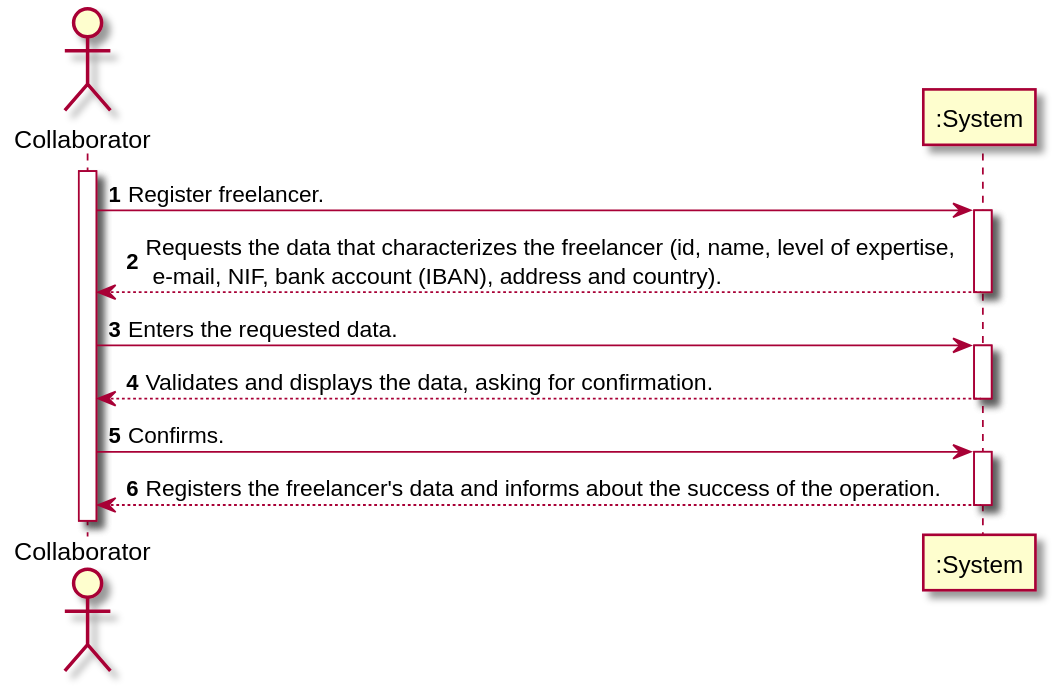
Before: LAPR2-2020-G010-Application/docs/usecases/UC1/UC01_SSD.svg, a diagram exported from PlantUML (LourencoMelo/ISEP-LAPR2).
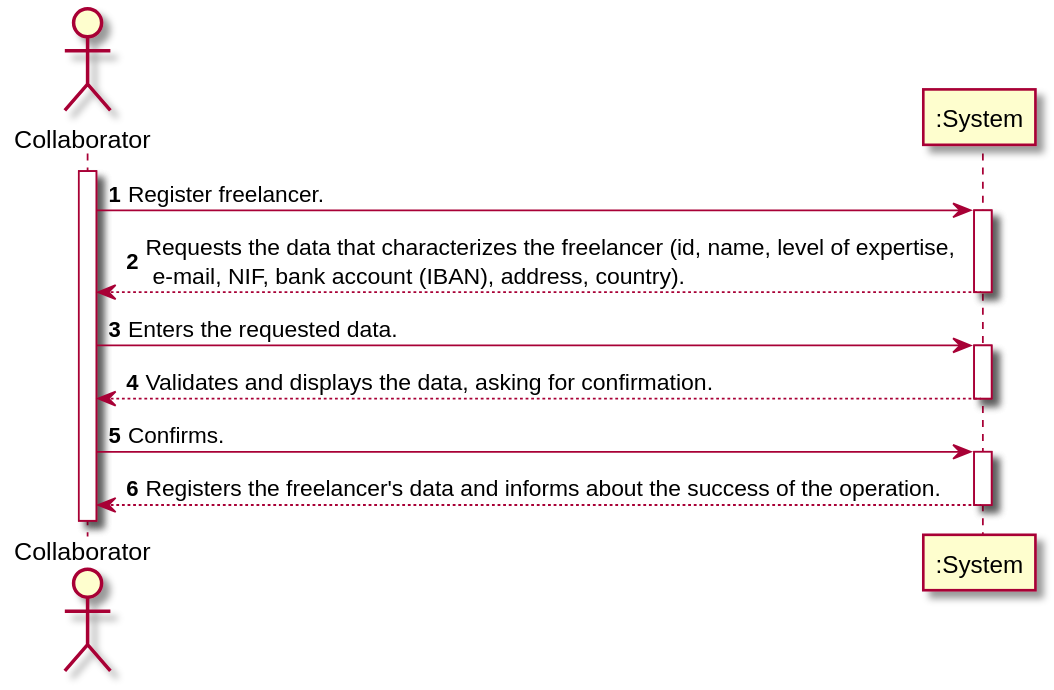
The same diagram one commit later.

The edit, as a diff of the source:
```diff
@@ -5,7 +5,7 @@
 activate Collaborator
 Collaborator -> ":System" : Register freelancer.
 activate ":System"
-":System" --> Collaborator : Requests the data that characterizes the freelancer (id, name, level of expertise, \n e-mail, NIF, bank account (IBAN), address and country).
+":System" --> Collaborator : Requests the data that characterizes the freelancer (id, name, level of expertise, \n e-mail, NIF, bank account (IBAN), address, country).
 deactivate ":System"
 Collaborator -> ":System" : Enters the requested data.
 
```
